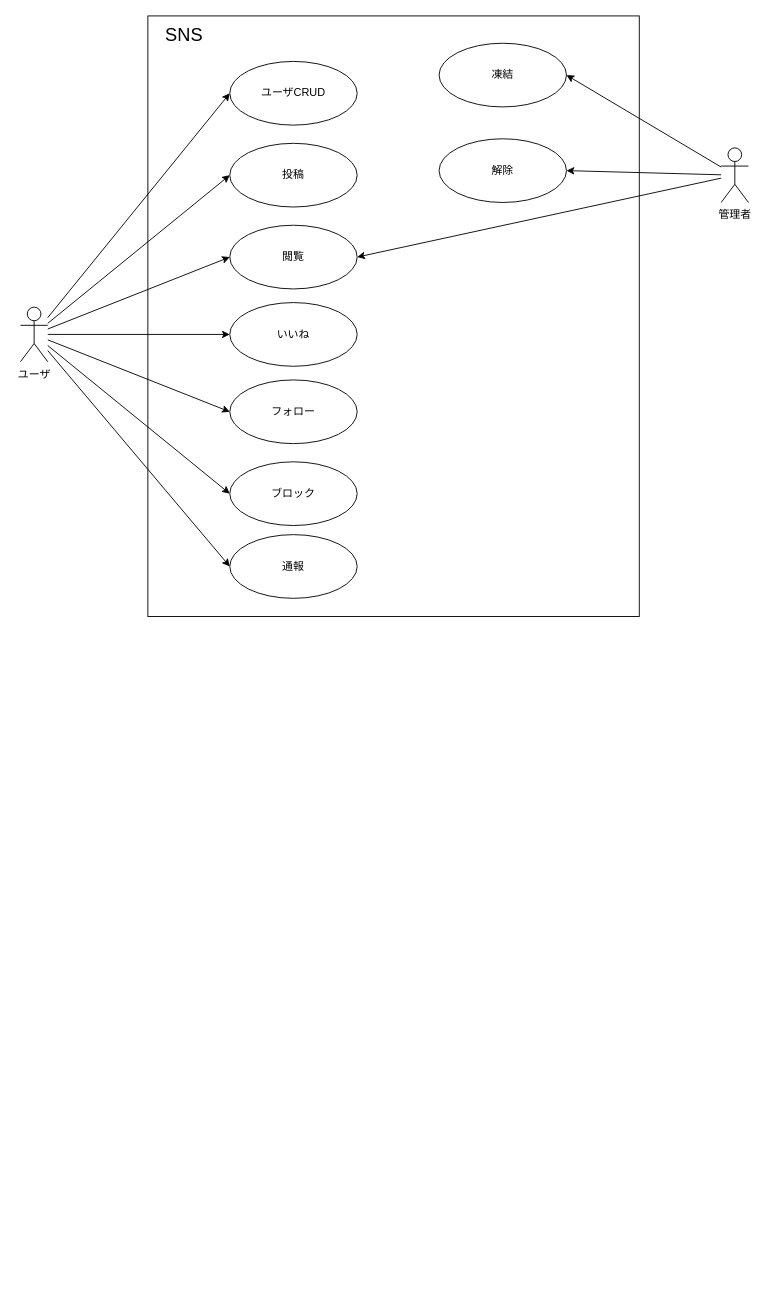
Above: doc/usecase.drawio in Azu0925/syusyokusakuhin (draw.io), before the change. Source tidied: cells renumbered, new cells numbered last; positions are measured from the earlier drawing's top-left corner, leaving out a move shared by most shapes. Both pictures are drawn from the tidied source at 91%, with x=0, y=0 at pixel (20, 15).
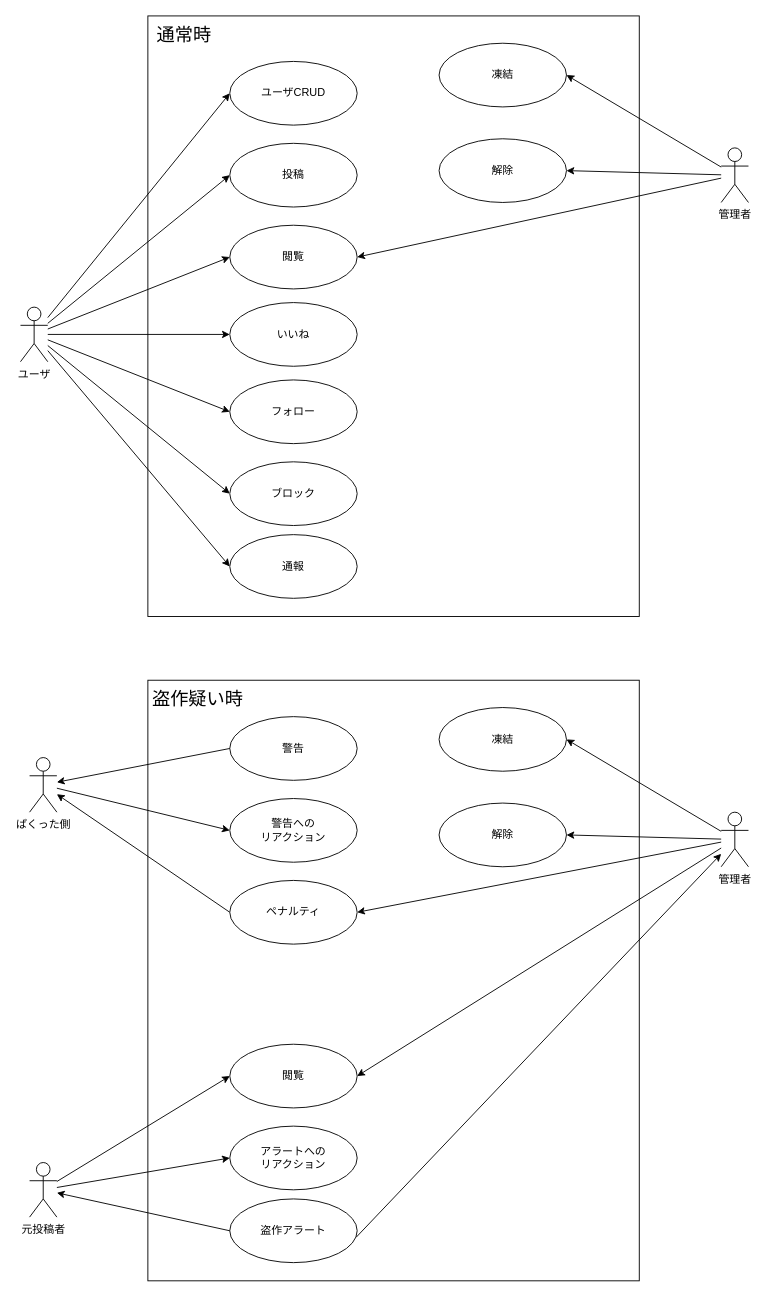
The same diagram, later.

Diff of the diagram source:
```diff
@@
-    <mxCell id="18" value="&lt;font style=&quot;font-size: 20px&quot;&gt;SNS&lt;/font&gt;" style="text;html=1;strokeColor=none;fillColor=none;align=center;verticalAlign=middle;whiteSpace=wrap;rounded=0;" parent="1" vertex="1">
+    <mxCell id="18" value="&lt;font style=&quot;font-size: 20px&quot;&gt;通常時&lt;/font&gt;" style="text;html=1;strokeColor=none;fillColor=none;align=center;verticalAlign=middle;whiteSpace=wrap;rounded=0;" parent="1" vertex="1">
       <mxGeometry x="130" width="100" height="40" as="geometry" />
     </mxCell>
@@
+    <mxCell id="25" style="rounded=0;whiteSpace=wrap;html=1;" parent="1" vertex="1">
+      <mxGeometry x="140" y="730" width="540" height="660" as="geometry" />
+    </mxCell>
+    <mxCell id="26" value="盗作アラート" style="ellipse;whiteSpace=wrap;html=1;" parent="1" vertex="1">
+      <mxGeometry x="230" y="1300" width="140" height="70" as="geometry" />
+    </mxCell>
+    <mxCell id="27" value="アラートへの&lt;br&gt;リアクション" style="ellipse;whiteSpace=wrap;html=1;" parent="1" vertex="1">
+      <mxGeometry x="230" y="1220" width="140" height="70" as="geometry" />
+    </mxCell>
+    <mxCell id="28" value="閲覧" style="ellipse;whiteSpace=wrap;html=1;" parent="1" vertex="1">
+      <mxGeometry x="230" y="1130" width="140" height="70" as="geometry" />
+    </mxCell>
+    <mxCell id="29" style="edgeStyle=none;rounded=0;jettySize=auto;html=1;entryX=0;entryY=0.5;entryDx=0;entryDy=0;" parent="1" edge="1" source="32" target="28">
+      <mxGeometry relative="1" as="geometry" />
+    </mxCell>
+    <mxCell id="30" style="edgeStyle=none;rounded=0;jettySize=auto;html=1;entryX=0;entryY=0.5;entryDx=0;entryDy=0;" parent="1" edge="1" source="32" target="27">
+      <mxGeometry relative="1" as="geometry" />
+    </mxCell>
+    <mxCell id="31" style="edgeStyle=none;rounded=0;jettySize=auto;html=1;exitX=0;exitY=0.5;exitDx=0;exitDy=0;" parent="1" edge="1" source="26" target="32">
+      <mxGeometry relative="1" as="geometry" />
+    </mxCell>
+    <mxCell id="32" value="元投稿者" style="shape=umlActor;verticalLabelPosition=bottom;verticalAlign=top;html=1;outlineConnect=0;" parent="1" vertex="1">
+      <mxGeometry x="10" y="1260" width="30" height="60" as="geometry" />
+    </mxCell>
+    <mxCell id="33" value="&lt;font style=&quot;font-size: 20px&quot;&gt;盗作疑い時&lt;/font&gt;" style="text;html=1;strokeColor=none;fillColor=none;align=center;verticalAlign=middle;whiteSpace=wrap;rounded=0;" parent="1" vertex="1">
+      <mxGeometry x="130" y="730" width="130" height="40" as="geometry" />
+    </mxCell>
+    <mxCell id="34" style="edgeStyle=none;rounded=0;jettySize=auto;html=1;entryX=1;entryY=0.5;entryDx=0;entryDy=0;" parent="1" edge="1" source="37" target="39">
+      <mxGeometry relative="1" as="geometry" />
+    </mxCell>
+    <mxCell id="35" style="edgeStyle=none;rounded=0;jettySize=auto;html=1;entryX=1;entryY=0.5;entryDx=0;entryDy=0;" parent="1" edge="1" source="37" target="38">
+      <mxGeometry relative="1" as="geometry" />
+    </mxCell>
+    <mxCell id="36" style="edgeStyle=none;rounded=0;jettySize=auto;html=1;entryX=1;entryY=0.5;entryDx=0;entryDy=0;" parent="1" edge="1" source="37" target="28">
+      <mxGeometry relative="1" as="geometry" />
+    </mxCell>
+    <mxCell id="37" value="管理者" style="shape=umlActor;verticalLabelPosition=bottom;verticalAlign=top;html=1;outlineConnect=0;" parent="1" vertex="1">
+      <mxGeometry x="770" y="875" width="30" height="60" as="geometry" />
+    </mxCell>
+    <mxCell id="38" value="凍結" style="ellipse;whiteSpace=wrap;html=1;" parent="1" vertex="1">
+      <mxGeometry x="460" y="760" width="140" height="70" as="geometry" />
+    </mxCell>
+    <mxCell id="39" value="解除" style="ellipse;whiteSpace=wrap;html=1;" parent="1" vertex="1">
+      <mxGeometry x="460" y="865" width="140" height="70" as="geometry" />
+    </mxCell>
+    <mxCell id="40" value="ぱくった側" style="shape=umlActor;verticalLabelPosition=bottom;verticalAlign=top;html=1;outlineConnect=0;" parent="1" vertex="1">
+      <mxGeometry x="10" y="815" width="30" height="60" as="geometry" />
+    </mxCell>
+    <mxCell id="41" value="警告" style="ellipse;whiteSpace=wrap;html=1;" parent="1" vertex="1">
+      <mxGeometry x="230" y="770" width="140" height="70" as="geometry" />
+    </mxCell>
+    <mxCell id="42" style="edgeStyle=none;rounded=0;jettySize=auto;html=1;exitX=0;exitY=0.5;exitDx=0;exitDy=0;" parent="1" edge="1" source="41" target="40">
+      <mxGeometry relative="1" as="geometry" />
+    </mxCell>
+    <mxCell id="43" value="警告への&lt;br&gt;リアクション" style="ellipse;whiteSpace=wrap;html=1;" parent="1" vertex="1">
+      <mxGeometry x="230" y="860" width="140" height="70" as="geometry" />
+    </mxCell>
+    <mxCell id="44" style="edgeStyle=none;rounded=0;jettySize=auto;html=1;entryX=0;entryY=0.5;entryDx=0;entryDy=0;" parent="1" edge="1" source="40" target="43">
+      <mxGeometry relative="1" as="geometry" />
+    </mxCell>
+    <mxCell id="45" style="edgeStyle=none;rounded=0;jettySize=auto;html=1;exitX=0;exitY=0.5;exitDx=0;exitDy=0;" parent="1" edge="1" source="46" target="40">
+      <mxGeometry relative="1" as="geometry" />
+    </mxCell>
+    <mxCell id="46" value="ペナルティ" style="ellipse;whiteSpace=wrap;html=1;" parent="1" vertex="1">
+      <mxGeometry x="230" y="950" width="140" height="70" as="geometry" />
+    </mxCell>
+    <mxCell id="47" style="edgeStyle=none;rounded=0;jettySize=auto;html=1;exitX=0.993;exitY=0.6;exitDx=0;exitDy=0;exitPerimeter=0;" parent="1" edge="1" source="26" target="37">
+      <mxGeometry relative="1" as="geometry" />
+    </mxCell>
+    <mxCell id="48" style="edgeStyle=none;rounded=0;jettySize=auto;html=1;entryX=1;entryY=0.5;entryDx=0;entryDy=0;" parent="1" edge="1" source="37" target="46">
+      <mxGeometry relative="1" as="geometry" />
+    </mxCell>
```
